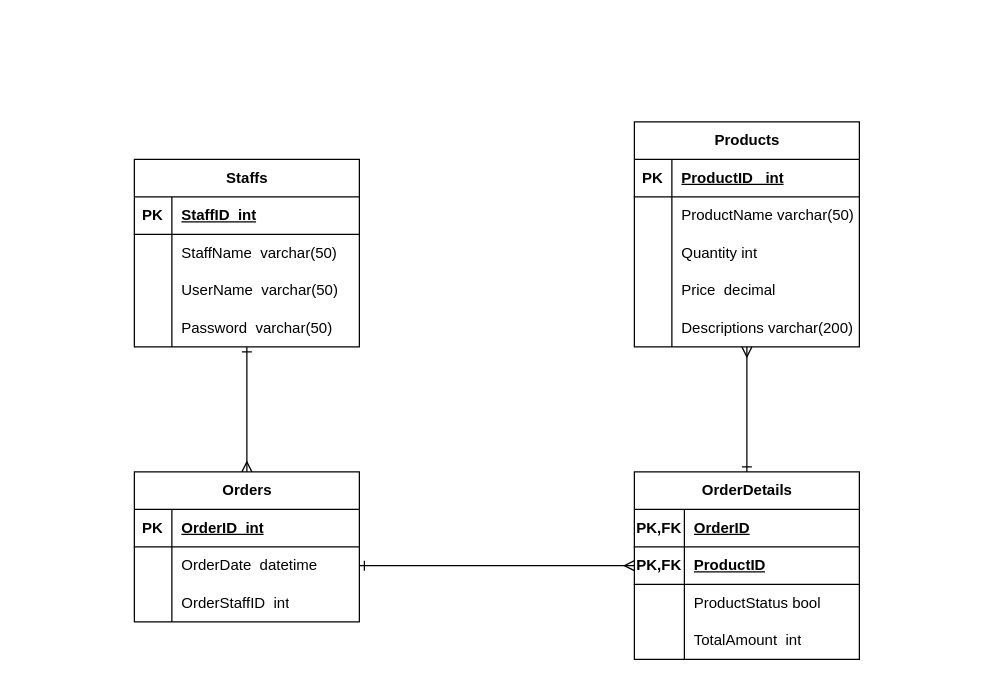
This is page "ERDPhysic" (2 of 2) of Diagram/Entity Relationship Diagram/ERD1.drawio from NDuc-Dev/Project-1, a draw.io file, before an edit. Source tidied: cells renumbered, new cells numbered last; positions are measured from the earlier drawing's top-left corner, leaving out a move shared by most shapes. Both pictures are drawn from the tidied source at 125%, with x=0, y=0 at pixel (134, 121).
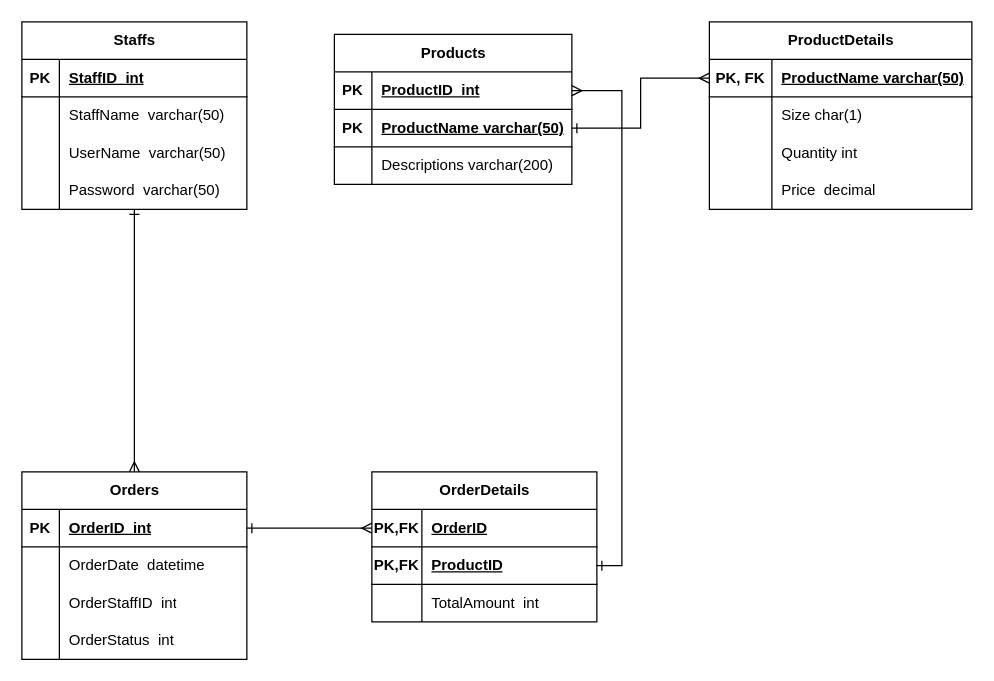
Above is the later version.

The change refers to these unchanged cells:
```xml
<mxCell id="34" style="shape=tableRow;horizontal=0;startSize=0;swimlaneHead=0;swimlaneBody=0;fillColor=none;points=[[0,0.5],[1,0.5]];portConstraint=eastwest;top=0;left=0;right=0;bottom=1;" parent="33" vertex="1">
  <mxGeometry y="30" width="180" height="30" as="geometry" />
</mxCell>
<mxCell id="37" style="shape=tableRow;horizontal=0;startSize=0;swimlaneHead=0;swimlaneBody=0;fillColor=none;points=[[0,0.5],[1,0.5]];portConstraint=eastwest;top=0;left=0;right=0;bottom=0;" parent="33" vertex="1">
  <mxGeometry y="60" width="180" height="30" as="geometry" />
</mxCell>
<mxCell id="44" style="shape=tableRow;horizontal=0;startSize=0;swimlaneHead=0;swimlaneBody=0;fillColor=none;points=[[0,0.5],[1,0.5]];portConstraint=eastwest;top=0;left=0;right=0;bottom=1;" parent="43" vertex="1">
  <mxGeometry y="30" width="180" height="30" as="geometry" />
</mxCell>
<mxCell id="47" style="shape=tableRow;horizontal=0;startSize=0;swimlaneHead=0;swimlaneBody=0;fillColor=none;points=[[0,0.5],[1,0.5]];portConstraint=eastwest;top=0;left=0;right=0;bottom=1;" parent="43" vertex="1">
  <mxGeometry y="60" width="180" height="30" as="geometry" />
</mxCell>
```

The edit, as a diff of the source:
```diff
@@
-    <mxCell id="2" style="edgeStyle=orthogonalEdgeStyle;rounded=0;jettySize=auto;html=1;entryX=0.5;entryY=0;entryDx=0;entryDy=0;endArrow=ERone;endFill=0;startArrow=ERmany;startFill=0;" parent="1" edge="1" source="3" target="43">
+    <mxCell id="2" style="edgeStyle=orthogonalEdgeStyle;rounded=0;jettySize=auto;html=1;entryX=1;entryY=0.5;entryDx=0;entryDy=0;endArrow=ERone;endFill=0;startArrow=ERmany;startFill=0;exitX=1;exitY=0.5;exitDx=0;exitDy=0;" parent="1" edge="1" source="57" target="47">
       <mxGeometry relative="1" as="geometry" />
     </mxCell>
     <mxCell id="3" value="Products" style="shape=table;startSize=30;childLayout=tableLayout;rowLines=0;fontStyle=1;align=center;html=1;" parent="1" vertex="1">
-      <mxGeometry x="400" width="180" height="180" as="geometry" />
+      <mxGeometry x="160" y="-70" width="190" height="120" as="geometry" />
     </mxCell>
+    <mxCell id="57" style="shape=tableRow;horizontal=0;startSize=0;swimlaneHead=0;swimlaneBody=0;fillColor=none;points=[[0,0.5],[1,0.5]];portConstraint=eastwest;top=0;left=0;right=0;bottom=1;" parent="3" vertex="1">
+      <mxGeometry y="30" width="190" height="30" as="geometry" />
+    </mxCell>
+    <mxCell id="58" value="PK" style="shape=partialRectangle;fillColor=none;top=0;left=0;bottom=0;right=0;fontStyle=1;overflow=hidden;whiteSpace=wrap;html=1;" parent="57" vertex="1">
+      <mxGeometry width="30" height="30" as="geometry" />
+    </mxCell>
+    <mxCell id="59" value="ProductID&amp;nbsp; int" style="shape=partialRectangle;fillColor=none;top=0;left=0;bottom=0;right=0;align=left;spacingLeft=6;fontStyle=5;overflow=hidden;whiteSpace=wrap;html=1;" parent="57" vertex="1">
+      <mxGeometry x="30" width="160" height="30" as="geometry" />
+    </mxCell>
     <mxCell id="4" style="shape=tableRow;horizontal=0;startSize=0;swimlaneHead=0;swimlaneBody=0;fillColor=none;points=[[0,0.5],[1,0.5]];portConstraint=eastwest;top=0;left=0;right=0;bottom=1;" parent="3" vertex="1">
-      <mxGeometry y="30" width="180" height="30" as="geometry" />
+      <mxGeometry y="60" width="190" height="30" as="geometry" />
     </mxCell>
@@
-    <mxCell id="6" value="ProductID&amp;nbsp; &amp;nbsp;int" style="shape=partialRectangle;fillColor=none;top=0;left=0;bottom=0;right=0;align=left;spacingLeft=6;fontStyle=5;overflow=hidden;whiteSpace=wrap;html=1;" parent="4" vertex="1">
-      <mxGeometry x="30" width="150" height="30" as="geometry" />
+    <mxCell id="6" value="ProductName varchar(50)" style="shape=partialRectangle;fillColor=none;top=0;left=0;bottom=0;right=0;align=left;spacingLeft=6;fontStyle=5;overflow=hidden;whiteSpace=wrap;html=1;" parent="4" vertex="1">
+      <mxGeometry x="30" width="160" height="30" as="geometry" />
     </mxCell>
-    <mxCell id="7" style="shape=tableRow;horizontal=0;startSize=0;swimlaneHead=0;swimlaneBody=0;fillColor=none;top=0;left=0;right=0;bottom=0;" parent="3" vertex="1">
-      <mxGeometry y="60" width="180" height="30" as="geometry" />
-    </mxCell>
-    <mxCell id="8" style="shape=partialRectangle;fillColor=none;top=0;left=0;bottom=0;right=0;overflow=hidden;whiteSpace=wrap;html=1;" parent="7" vertex="1">
-      <mxGeometry width="30" height="30" as="geometry" />
-    </mxCell>
-    <mxCell id="9" value="ProductName varchar(50)" style="shape=partialRectangle;fillColor=none;top=0;left=0;bottom=0;right=0;align=left;spacingLeft=6;overflow=hidden;whiteSpace=wrap;html=1;" parent="7" vertex="1">
-      <mxGeometry x="30" width="150" height="30" as="geometry" />
-    </mxCell>
-    <mxCell id="10" style="shape=tableRow;horizontal=0;startSize=0;swimlaneHead=0;swimlaneBody=0;fillColor=none;top=0;left=0;right=0;bottom=0;" parent="3" vertex="1">
-      <mxGeometry y="90" width="180" height="30" as="geometry" />
-    </mxCell>
-    <mxCell id="11" style="shape=partialRectangle;fillColor=none;top=0;left=0;bottom=0;right=0;overflow=hidden;whiteSpace=wrap;html=1;" parent="10" vertex="1">
-      <mxGeometry width="30" height="30" as="geometry" />
-    </mxCell>
-    <mxCell id="12" value="Quantity int" style="shape=partialRectangle;fillColor=none;top=0;left=0;bottom=0;right=0;align=left;spacingLeft=6;overflow=hidden;whiteSpace=wrap;html=1;" parent="10" vertex="1">
-      <mxGeometry x="30" width="150" height="30" as="geometry" />
-    </mxCell>
-    <mxCell id="13" style="shape=tableRow;horizontal=0;startSize=0;swimlaneHead=0;swimlaneBody=0;fillColor=none;top=0;left=0;right=0;bottom=0;" parent="3" vertex="1">
-      <mxGeometry y="120" width="180" height="30" as="geometry" />
-    </mxCell>
-    <mxCell id="14" style="shape=partialRectangle;fillColor=none;top=0;left=0;bottom=0;right=0;overflow=hidden;whiteSpace=wrap;html=1;" parent="13" vertex="1">
-      <mxGeometry width="30" height="30" as="geometry" />
-    </mxCell>
-    <mxCell id="15" value="Price&amp;nbsp; decimal" style="shape=partialRectangle;fillColor=none;top=0;left=0;bottom=0;right=0;align=left;spacingLeft=6;overflow=hidden;whiteSpace=wrap;html=1;" parent="13" vertex="1">
-      <mxGeometry x="30" width="150" height="30" as="geometry" />
-    </mxCell>
     <mxCell id="16" style="shape=tableRow;horizontal=0;startSize=0;swimlaneHead=0;swimlaneBody=0;fillColor=none;top=0;left=0;right=0;bottom=0;" parent="3" vertex="1">
-      <mxGeometry y="150" width="180" height="30" as="geometry" />
+      <mxGeometry y="90" width="190" height="30" as="geometry" />
     </mxCell>
@@
     <mxCell id="18" value="Descriptions varchar(200)" style="shape=partialRectangle;fillColor=none;top=0;left=0;bottom=0;right=0;align=left;spacingLeft=6;overflow=hidden;whiteSpace=wrap;html=1;" parent="16" vertex="1">
-      <mxGeometry x="30" width="150" height="30" as="geometry" />
+      <mxGeometry x="30" width="160" height="30" as="geometry" />
     </mxCell>
@@
     <mxCell id="20" value="Staffs" style="shape=table;startSize=30;childLayout=tableLayout;rowLines=0;fontStyle=1;align=center;html=1;" parent="1" vertex="1">
-      <mxGeometry y="30" width="180" height="150" as="geometry" />
+      <mxGeometry x="-90" y="-80" width="180" height="150" as="geometry" />
     </mxCell>
@@
     <mxCell id="33" value="Orders" style="shape=table;startSize=30;childLayout=tableLayout;rowLines=0;fontStyle=1;align=center;html=1;" parent="1" vertex="1">
-      <mxGeometry y="280" width="180" height="120" as="geometry" />
+      <mxGeometry x="-90" y="280" width="180" height="150" as="geometry" />
     </mxCell>
@@
+    <mxCell id="13" style="shape=tableRow;horizontal=0;startSize=0;swimlaneHead=0;swimlaneBody=0;fillColor=none;top=0;left=0;right=0;bottom=0;" parent="33" vertex="1">
+      <mxGeometry y="120" width="180" height="30" as="geometry" />
+    </mxCell>
+    <mxCell id="60" style="shape=partialRectangle;fillColor=none;top=0;left=0;bottom=0;right=0;overflow=hidden;whiteSpace=wrap;html=1;" parent="13" vertex="1">
+      <mxGeometry width="30" height="30" as="geometry" />
+    </mxCell>
+    <mxCell id="61" value="OrderStatus&amp;nbsp; int" style="shape=partialRectangle;fillColor=none;top=0;left=0;bottom=0;right=0;align=left;spacingLeft=6;overflow=hidden;whiteSpace=wrap;html=1;" parent="13" vertex="1">
+      <mxGeometry x="30" width="150" height="30" as="geometry" />
+    </mxCell>
     <mxCell id="43" value="OrderDetails" style="shape=table;startSize=30;childLayout=tableLayout;rowLines=0;fontStyle=1;align=center;html=1;" parent="1" vertex="1">
-      <mxGeometry x="400" y="280" width="180" height="150" as="geometry" />
+      <mxGeometry x="190" y="280" width="180" height="120" as="geometry" />
     </mxCell>
@@
-    <mxCell id="50" style="shape=tableRow;horizontal=0;startSize=0;swimlaneHead=0;swimlaneBody=0;fillColor=none;top=0;left=0;right=0;bottom=0;" parent="43" vertex="1">
-      <mxGeometry y="90" width="180" height="30" as="geometry" />
-    </mxCell>
-    <mxCell id="51" style="shape=partialRectangle;fillColor=none;top=0;left=0;bottom=0;right=0;overflow=hidden;whiteSpace=wrap;html=1;" parent="50" vertex="1">
-      <mxGeometry width="40" height="30" as="geometry" />
-    </mxCell>
-    <mxCell id="52" value="ProductStatus bool" style="shape=partialRectangle;fillColor=none;top=0;left=0;bottom=0;right=0;align=left;spacingLeft=6;overflow=hidden;whiteSpace=wrap;html=1;" parent="50" vertex="1">
-      <mxGeometry x="40" width="140" height="30" as="geometry" />
-    </mxCell>
     <mxCell id="53" style="shape=tableRow;horizontal=0;startSize=0;swimlaneHead=0;swimlaneBody=0;fillColor=none;top=0;left=0;right=0;bottom=0;" parent="43" vertex="1">
-      <mxGeometry y="120" width="180" height="30" as="geometry" />
+      <mxGeometry y="90" width="180" height="30" as="geometry" />
     </mxCell>
@@
-    <mxCell id="56" style="edgeStyle=orthogonalEdgeStyle;rounded=0;jettySize=auto;html=1;entryX=0;entryY=0.5;entryDx=0;entryDy=0;startArrow=ERone;startFill=0;endArrow=ERmany;endFill=0;" parent="1" edge="1" source="37" target="47">
+    <mxCell id="56" style="edgeStyle=orthogonalEdgeStyle;rounded=0;jettySize=auto;html=1;entryX=0;entryY=0.5;entryDx=0;entryDy=0;startArrow=ERone;startFill=0;endArrow=ERmany;endFill=0;exitX=1;exitY=0.5;exitDx=0;exitDy=0;" parent="1" edge="1" source="34" target="44">
       <mxGeometry relative="1" as="geometry" />
     </mxCell>
+    <mxCell id="62" value="ProductDetails" style="shape=table;startSize=30;childLayout=tableLayout;rowLines=0;fontStyle=1;align=center;html=1;" parent="1" vertex="1">
+      <mxGeometry x="460" y="-80" width="210" height="150" as="geometry" />
+    </mxCell>
+    <mxCell id="63" style="shape=tableRow;horizontal=0;startSize=0;swimlaneHead=0;swimlaneBody=0;fillColor=none;points=[[0,0.5],[1,0.5]];portConstraint=eastwest;top=0;left=0;right=0;bottom=1;" parent="62" vertex="1">
+      <mxGeometry y="30" width="210" height="30" as="geometry" />
+    </mxCell>
+    <mxCell id="64" value="PK, FK" style="shape=partialRectangle;fillColor=none;top=0;left=0;bottom=0;right=0;fontStyle=1;overflow=hidden;whiteSpace=wrap;html=1;" parent="63" vertex="1">
+      <mxGeometry width="50" height="30" as="geometry" />
+    </mxCell>
+    <mxCell id="9" value="ProductName varchar(50)" style="shape=partialRectangle;fillColor=none;top=0;left=0;bottom=0;right=0;align=left;spacingLeft=6;fontStyle=5;overflow=hidden;whiteSpace=wrap;html=1;" parent="63" vertex="1">
+      <mxGeometry x="50" width="160" height="30" as="geometry" />
+    </mxCell>
+    <mxCell id="65" style="shape=tableRow;horizontal=0;startSize=0;swimlaneHead=0;swimlaneBody=0;fillColor=none;top=0;left=0;right=0;bottom=0;" parent="62" vertex="1">
+      <mxGeometry y="60" width="210" height="30" as="geometry" />
+    </mxCell>
+    <mxCell id="66" style="shape=partialRectangle;fillColor=none;top=0;left=0;bottom=0;right=0;overflow=hidden;whiteSpace=wrap;html=1;" parent="65" vertex="1">
+      <mxGeometry width="50" height="30" as="geometry" />
+    </mxCell>
+    <mxCell id="67" value="Size char(1)" style="shape=partialRectangle;fillColor=none;top=0;left=0;bottom=0;right=0;align=left;spacingLeft=6;overflow=hidden;whiteSpace=wrap;html=1;" parent="65" vertex="1">
+      <mxGeometry x="50" width="160" height="30" as="geometry" />
+    </mxCell>
+    <mxCell id="68" style="shape=tableRow;horizontal=0;startSize=0;swimlaneHead=0;swimlaneBody=0;fillColor=none;top=0;left=0;right=0;bottom=0;" parent="62" vertex="1">
+      <mxGeometry y="90" width="210" height="30" as="geometry" />
+    </mxCell>
+    <mxCell id="69" style="shape=partialRectangle;fillColor=none;top=0;left=0;bottom=0;right=0;overflow=hidden;whiteSpace=wrap;html=1;" parent="68" vertex="1">
+      <mxGeometry width="50" height="30" as="geometry" />
+    </mxCell>
+    <mxCell id="12" value="Quantity int" style="shape=partialRectangle;fillColor=none;top=0;left=0;bottom=0;right=0;align=left;spacingLeft=6;overflow=hidden;whiteSpace=wrap;html=1;" parent="68" vertex="1">
+      <mxGeometry x="50" width="160" height="30" as="geometry" />
+    </mxCell>
+    <mxCell id="70" style="shape=tableRow;horizontal=0;startSize=0;swimlaneHead=0;swimlaneBody=0;fillColor=none;top=0;left=0;right=0;bottom=0;" parent="62" vertex="1">
+      <mxGeometry y="120" width="210" height="30" as="geometry" />
+    </mxCell>
+    <mxCell id="71" style="shape=partialRectangle;fillColor=none;top=0;left=0;bottom=0;right=0;overflow=hidden;whiteSpace=wrap;html=1;" parent="70" vertex="1">
+      <mxGeometry width="50" height="30" as="geometry" />
+    </mxCell>
+    <mxCell id="15" value="Price&amp;nbsp; decimal" style="shape=partialRectangle;fillColor=none;top=0;left=0;bottom=0;right=0;align=left;spacingLeft=6;overflow=hidden;whiteSpace=wrap;html=1;" parent="70" vertex="1">
+      <mxGeometry x="50" width="160" height="30" as="geometry" />
+    </mxCell>
+    <mxCell id="72" style="edgeStyle=orthogonalEdgeStyle;rounded=0;jettySize=auto;html=1;exitX=1;exitY=0.5;exitDx=0;exitDy=0;entryX=0;entryY=0.5;entryDx=0;entryDy=0;endArrow=ERmany;endFill=0;startArrow=ERone;startFill=0;" parent="1" edge="1" source="4" target="63">
+      <mxGeometry relative="1" as="geometry" />
+    </mxCell>
```
